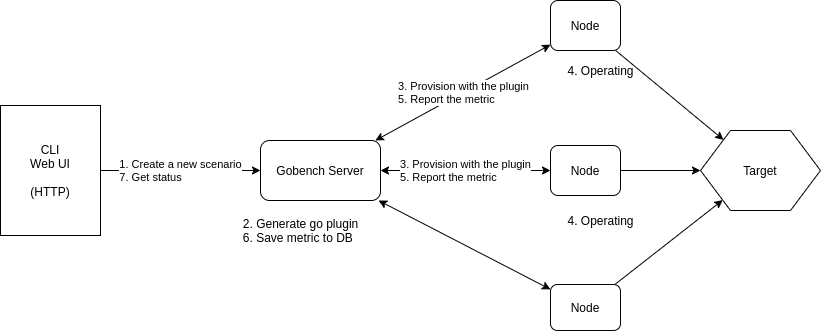
Before: docs/images/architecture.png, a diagram exported from draw.io (gobench-io/gobench). Source tidied: cells renumbered, new cells last; positions are measured from the earlier drawing's top-left corner, leaving out a move shared by most shapes. The source it was exported from:
```xml
<mxGraphModel>
  <root>
    <mxCell id="0" />
    <mxCell id="1" parent="0" />
    <mxCell id="2" value="&lt;div style=&quot;text-align: left&quot;&gt;3. Provision with the plugin&lt;/div&gt;&lt;div style=&quot;text-align: left&quot;&gt;5. Report the metric&lt;/div&gt;" style="rounded=0;jettySize=auto;html=1;startArrow=classic;startFill=1;" parent="1" edge="1" source="5" target="9">
      <mxGeometry relative="1" as="geometry" />
    </mxCell>
    <mxCell id="3" value="&lt;div style=&quot;text-align: left&quot;&gt;3. Provision with the plugin&lt;/div&gt;&lt;div style=&quot;text-align: left&quot;&gt;5. Report the metric&lt;/div&gt;" style="edgeStyle=none;rounded=0;jettySize=auto;html=1;startArrow=classic;startFill=1;" parent="1" edge="1" source="5" target="7">
      <mxGeometry relative="1" as="geometry" />
    </mxCell>
    <mxCell id="4" style="edgeStyle=none;rounded=0;jettySize=auto;html=1;startArrow=classic;startFill=1;" parent="1" edge="1" source="5" target="11">
      <mxGeometry relative="1" as="geometry" />
    </mxCell>
    <mxCell id="5" value="Gobench Server" style="rounded=1;whiteSpace=wrap;html=1;" parent="1" vertex="1">
      <mxGeometry x="260" y="140" width="120" height="60" as="geometry" />
    </mxCell>
    <mxCell id="6" style="edgeStyle=none;rounded=0;jettySize=auto;html=1;startArrow=none;startFill=0;" parent="1" edge="1" source="7" target="12">
      <mxGeometry relative="1" as="geometry" />
    </mxCell>
    <mxCell id="7" value="Node" style="rounded=1;whiteSpace=wrap;html=1;" parent="1" vertex="1">
      <mxGeometry x="550" y="145" width="70" height="50" as="geometry" />
    </mxCell>
    <mxCell id="8" style="edgeStyle=none;rounded=0;jettySize=auto;html=1;startArrow=none;startFill=0;" parent="1" edge="1" source="9" target="12">
      <mxGeometry relative="1" as="geometry" />
    </mxCell>
    <mxCell id="9" value="Node" style="rounded=1;whiteSpace=wrap;html=1;" parent="1" vertex="1">
      <mxGeometry x="550" width="70" height="50" as="geometry" />
    </mxCell>
    <mxCell id="10" style="edgeStyle=none;rounded=0;jettySize=auto;html=1;startArrow=none;startFill=0;" parent="1" edge="1" source="11" target="12">
      <mxGeometry relative="1" as="geometry" />
    </mxCell>
    <mxCell id="11" value="Node" style="rounded=1;whiteSpace=wrap;html=1;" parent="1" vertex="1">
      <mxGeometry x="550" y="284" width="70" height="46" as="geometry" />
    </mxCell>
    <mxCell id="12" value="Target" style="shape=hexagon;perimeter=hexagonPerimeter2;whiteSpace=wrap;html=1;" parent="1" vertex="1">
      <mxGeometry x="700" y="130" width="120" height="80" as="geometry" />
    </mxCell>
    <mxCell id="13" value="&lt;div style=&quot;text-align: left&quot;&gt;1. Create a new scenario&lt;/div&gt;&lt;div style=&quot;text-align: left&quot;&gt;7. Get status&lt;/div&gt;" style="edgeStyle=none;rounded=0;jettySize=auto;html=1;startArrow=none;startFill=0;" parent="1" edge="1" source="14" target="5">
      <mxGeometry relative="1" as="geometry" />
    </mxCell>
    <mxCell id="14" value="CLI&lt;br&gt;Web UI&lt;br&gt;&lt;br&gt;(HTTP)" style="rounded=0;whiteSpace=wrap;html=1;" parent="1" vertex="1">
      <mxGeometry y="105" width="100" height="130" as="geometry" />
    </mxCell>
    <mxCell id="15" value="&lt;div style=&quot;text-align: left&quot;&gt;&lt;span&gt;2. Generate go plugin&lt;/span&gt;&lt;/div&gt;&lt;div style=&quot;text-align: left&quot;&gt;&lt;span&gt;6. Save metric to DB&lt;/span&gt;&lt;/div&gt;" style="text;html=1;align=center;verticalAlign=middle;points=[];" parent="1" vertex="1">
      <mxGeometry x="235" y="215" width="130" height="30" as="geometry" />
    </mxCell>
    <mxCell id="16" value="4. Operating" style="text;html=1;align=center;verticalAlign=middle;" parent="1" vertex="1">
      <mxGeometry x="560" y="60" width="80" height="20" as="geometry" />
    </mxCell>
    <mxCell id="17" value="4. Operating" style="text;html=1;align=center;verticalAlign=middle;" parent="1" vertex="1">
      <mxGeometry x="560" y="210" width="80" height="20" as="geometry" />
    </mxCell>
  </root>
</mxGraphModel>
```
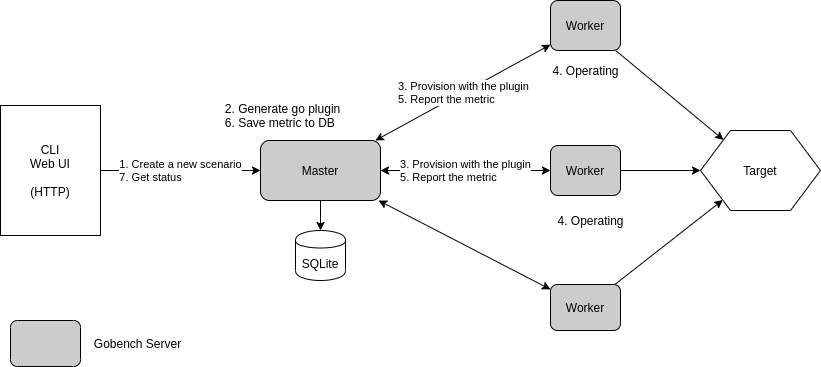
Later version of the same file.

Diff of the diagram source:
```diff
@@ -2,53 +2,65 @@
   <root>
     <mxCell id="0" />
     <mxCell id="1" parent="0" />
-    <mxCell id="2" value="&lt;div style=&quot;text-align: left&quot;&gt;3. Provision with the plugin&lt;/div&gt;&lt;div style=&quot;text-align: left&quot;&gt;5. Report the metric&lt;/div&gt;" style="rounded=0;jettySize=auto;html=1;startArrow=classic;startFill=1;" parent="1" edge="1" source="5" target="9">
+    <mxCell id="2" value="&lt;div style=&quot;text-align: left&quot;&gt;3. Provision with the plugin&lt;/div&gt;&lt;div style=&quot;text-align: left&quot;&gt;5. Report the metric&lt;/div&gt;" style="rounded=0;jettySize=auto;html=1;startArrow=classic;startFill=1;" parent="1" edge="1" source="6" target="10">
       <mxGeometry relative="1" as="geometry" />
     </mxCell>
-    <mxCell id="3" value="&lt;div style=&quot;text-align: left&quot;&gt;3. Provision with the plugin&lt;/div&gt;&lt;div style=&quot;text-align: left&quot;&gt;5. Report the metric&lt;/div&gt;" style="edgeStyle=none;rounded=0;jettySize=auto;html=1;startArrow=classic;startFill=1;" parent="1" edge="1" source="5" target="7">
+    <mxCell id="3" value="&lt;div style=&quot;text-align: left&quot;&gt;3. Provision with the plugin&lt;/div&gt;&lt;div style=&quot;text-align: left&quot;&gt;5. Report the metric&lt;/div&gt;" style="edgeStyle=none;rounded=0;jettySize=auto;html=1;startArrow=classic;startFill=1;" parent="1" edge="1" source="6" target="8">
       <mxGeometry relative="1" as="geometry" />
     </mxCell>
-    <mxCell id="4" style="edgeStyle=none;rounded=0;jettySize=auto;html=1;startArrow=classic;startFill=1;" parent="1" edge="1" source="5" target="11">
+    <mxCell id="4" style="edgeStyle=none;rounded=0;jettySize=auto;html=1;startArrow=classic;startFill=1;" parent="1" edge="1" source="6" target="12">
       <mxGeometry relative="1" as="geometry" />
     </mxCell>
-    <mxCell id="5" value="Gobench Server" style="rounded=1;whiteSpace=wrap;html=1;" parent="1" vertex="1">
-      <mxGeometry x="260" y="140" width="120" height="60" as="geometry" />
+    <mxCell id="5" style="edgeStyle=orthogonalEdgeStyle;rounded=0;jettySize=auto;html=1;" parent="1" edge="1" source="6" target="21">
+      <mxGeometry relative="1" as="geometry" />
     </mxCell>
-    <mxCell id="6" style="edgeStyle=none;rounded=0;jettySize=auto;html=1;startArrow=none;startFill=0;" parent="1" edge="1" source="7" target="12">
-      <mxGeometry relative="1" as="geometry" />
+    <mxCell id="6" value="Master" style="rounded=1;whiteSpace=wrap;html=1;fillColor=#CCCCCC;" parent="1" vertex="1">
+      <mxGeometry x="260" y="140" width="120" height="60" as="geometry" />
     </mxCell>
-    <mxCell id="7" value="Node" style="rounded=1;whiteSpace=wrap;html=1;" parent="1" vertex="1">
-      <mxGeometry x="550" y="145" width="70" height="50" as="geometry" />
+    <mxCell id="7" style="edgeStyle=none;rounded=0;jettySize=auto;html=1;startArrow=none;startFill=0;" parent="1" edge="1" source="8" target="13">
+      <mxGeometry relative="1" as="geometry" />
     </mxCell>
-    <mxCell id="8" style="edgeStyle=none;rounded=0;jettySize=auto;html=1;startArrow=none;startFill=0;" parent="1" edge="1" source="9" target="12">
-      <mxGeometry relative="1" as="geometry" />
+    <mxCell id="8" value="Worker" style="rounded=1;whiteSpace=wrap;html=1;fillColor=#CCCCCC;" parent="1" vertex="1">
+      <mxGeometry x="550" y="145" width="70" height="50" as="geometry" />
     </mxCell>
-    <mxCell id="9" value="Node" style="rounded=1;whiteSpace=wrap;html=1;" parent="1" vertex="1">
-      <mxGeometry x="550" width="70" height="50" as="geometry" />
+    <mxCell id="9" style="edgeStyle=none;rounded=0;jettySize=auto;html=1;startArrow=none;startFill=0;" parent="1" edge="1" source="10" target="13">
+      <mxGeometry relative="1" as="geometry" />
     </mxCell>
-    <mxCell id="10" style="edgeStyle=none;rounded=0;jettySize=auto;html=1;startArrow=none;startFill=0;" parent="1" edge="1" source="11" target="12">
-      <mxGeometry relative="1" as="geometry" />
+    <mxCell id="10" value="Worker" style="rounded=1;whiteSpace=wrap;html=1;fillColor=#CCCCCC;" parent="1" vertex="1">
+      <mxGeometry x="550" width="70" height="50" as="geometry" />
     </mxCell>
-    <mxCell id="11" value="Node" style="rounded=1;whiteSpace=wrap;html=1;" parent="1" vertex="1">
-      <mxGeometry x="550" y="284" width="70" height="46" as="geometry" />
+    <mxCell id="11" style="edgeStyle=none;rounded=0;jettySize=auto;html=1;startArrow=none;startFill=0;" parent="1" edge="1" source="12" target="13">
+      <mxGeometry relative="1" as="geometry" />
     </mxCell>
-    <mxCell id="12" value="Target" style="shape=hexagon;perimeter=hexagonPerimeter2;whiteSpace=wrap;html=1;" parent="1" vertex="1">
-      <mxGeometry x="700" y="130" width="120" height="80" as="geometry" />
+    <mxCell id="12" value="Worker" style="rounded=1;whiteSpace=wrap;html=1;fillColor=#CCCCCC;" parent="1" vertex="1">
+      <mxGeometry x="550" y="284" width="70" height="46" as="geometry" />
     </mxCell>
-    <mxCell id="13" value="&lt;div style=&quot;text-align: left&quot;&gt;1. Create a new scenario&lt;/div&gt;&lt;div style=&quot;text-align: left&quot;&gt;7. Get status&lt;/div&gt;" style="edgeStyle=none;rounded=0;jettySize=auto;html=1;startArrow=none;startFill=0;" parent="1" edge="1" source="14" target="5">
-      <mxGeometry relative="1" as="geometry" />
+    <mxCell id="13" value="Target" style="shape=hexagon;perimeter=hexagonPerimeter2;whiteSpace=wrap;html=1;" parent="1" vertex="1">
+      <mxGeometry x="700" y="130" width="120" height="80" as="geometry" />
     </mxCell>
-    <mxCell id="14" value="CLI&lt;br&gt;Web UI&lt;br&gt;&lt;br&gt;(HTTP)" style="rounded=0;whiteSpace=wrap;html=1;" parent="1" vertex="1">
-      <mxGeometry y="105" width="100" height="130" as="geometry" />
+    <mxCell id="14" value="&lt;div style=&quot;text-align: left&quot;&gt;1. Create a new scenario&lt;/div&gt;&lt;div style=&quot;text-align: left&quot;&gt;7. Get status&lt;/div&gt;" style="edgeStyle=none;rounded=0;jettySize=auto;html=1;startArrow=none;startFill=0;" parent="1" edge="1" source="15" target="6">
+      <mxGeometry relative="1" as="geometry" />
     </mxCell>
-    <mxCell id="15" value="&lt;div style=&quot;text-align: left&quot;&gt;&lt;span&gt;2. Generate go plugin&lt;/span&gt;&lt;/div&gt;&lt;div style=&quot;text-align: left&quot;&gt;&lt;span&gt;6. Save metric to DB&lt;/span&gt;&lt;/div&gt;" style="text;html=1;align=center;verticalAlign=middle;points=[];" parent="1" vertex="1">
-      <mxGeometry x="235" y="215" width="130" height="30" as="geometry" />
+    <mxCell id="15" value="CLI&lt;br&gt;Web UI&lt;br&gt;&lt;br&gt;(HTTP)" style="rounded=0;whiteSpace=wrap;html=1;" parent="1" vertex="1">
+      <mxGeometry y="105" width="100" height="130" as="geometry" />
     </mxCell>
-    <mxCell id="16" value="4. Operating" style="text;html=1;align=center;verticalAlign=middle;" parent="1" vertex="1">
-      <mxGeometry x="560" y="60" width="80" height="20" as="geometry" />
+    <mxCell id="16" value="&lt;div style=&quot;text-align: left&quot;&gt;&lt;span&gt;2. Generate go plugin&lt;/span&gt;&lt;/div&gt;&lt;div style=&quot;text-align: left&quot;&gt;&lt;span&gt;6. Save metric to DB&lt;/span&gt;&lt;/div&gt;" style="text;html=1;align=center;verticalAlign=middle;" parent="1" vertex="1">
+      <mxGeometry x="217" y="100" width="130" height="30" as="geometry" />
     </mxCell>
     <mxCell id="17" value="4. Operating" style="text;html=1;align=center;verticalAlign=middle;" parent="1" vertex="1">
-      <mxGeometry x="560" y="210" width="80" height="20" as="geometry" />
+      <mxGeometry x="545" y="60" width="80" height="20" as="geometry" />
     </mxCell>
+    <mxCell id="18" value="4. Operating" style="text;html=1;align=center;verticalAlign=middle;" parent="1" vertex="1">
+      <mxGeometry x="550" y="210" width="80" height="20" as="geometry" />
+    </mxCell>
+    <mxCell id="19" style="rounded=1;whiteSpace=wrap;html=1;fillColor=#CCCCCC;" parent="1" vertex="1">
+      <mxGeometry x="10" y="320" width="70" height="46" as="geometry" />
+    </mxCell>
+    <mxCell id="20" value="Gobench Server" style="text;html=1;align=center;verticalAlign=middle;" parent="1" vertex="1">
+      <mxGeometry x="87" y="333" width="100" height="20" as="geometry" />
+    </mxCell>
+    <mxCell id="21" value="SQLite" style="shape=cylinder;whiteSpace=wrap;html=1;boundedLbl=1;backgroundOutline=1;fillColor=#FFFFFF;" parent="1" vertex="1">
+      <mxGeometry x="295" y="230" width="50" height="50" as="geometry" />
+    </mxCell>
   </root>
 </mxGraphModel>
```
